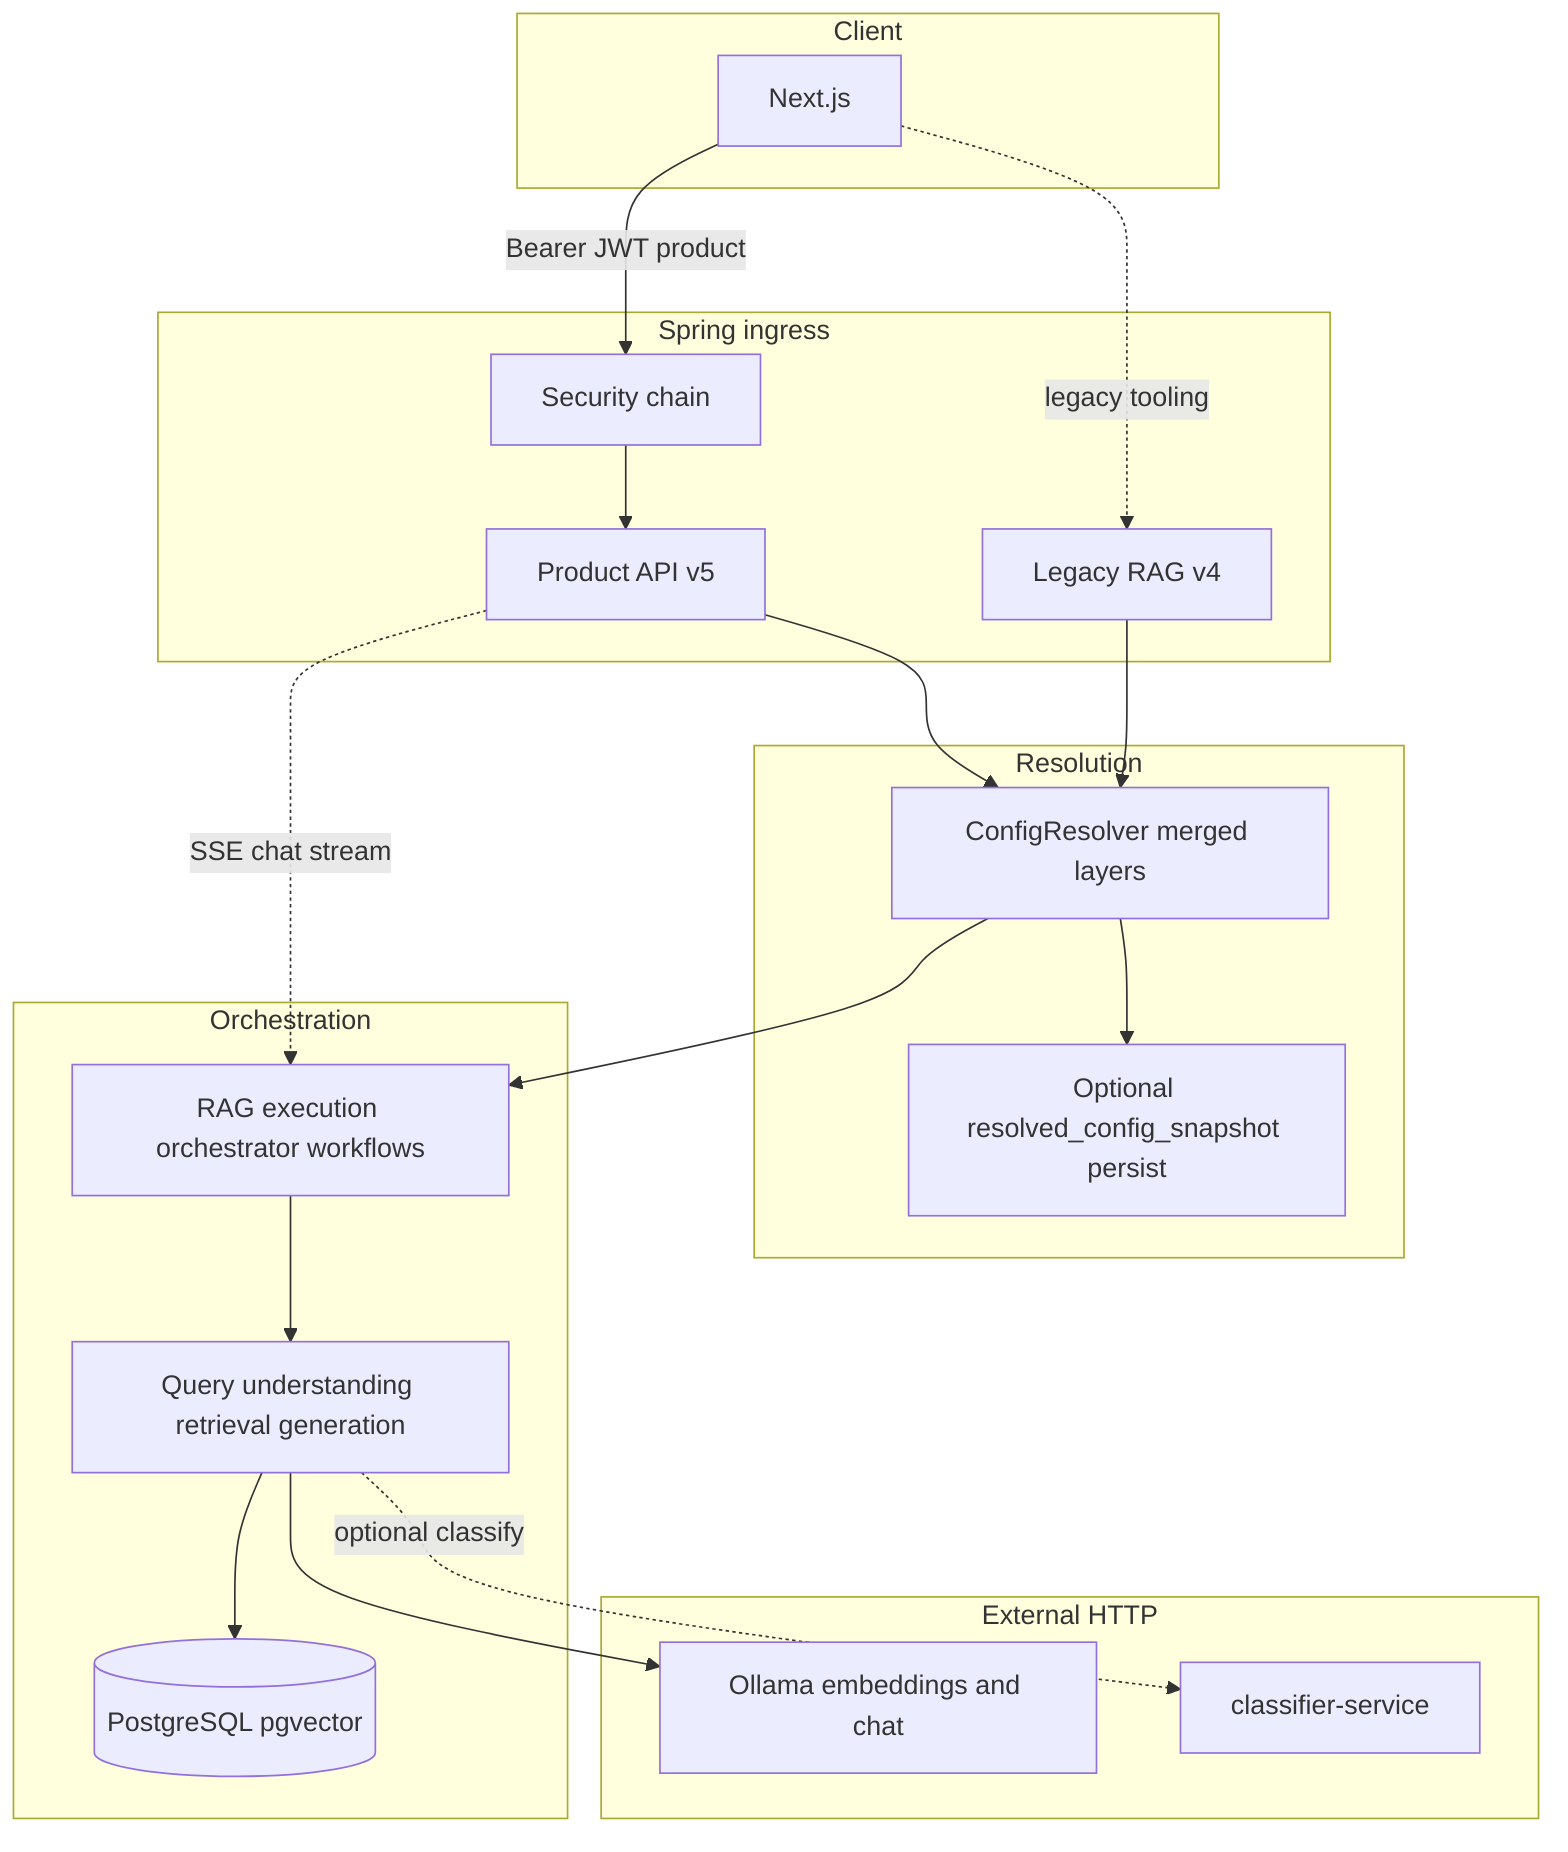
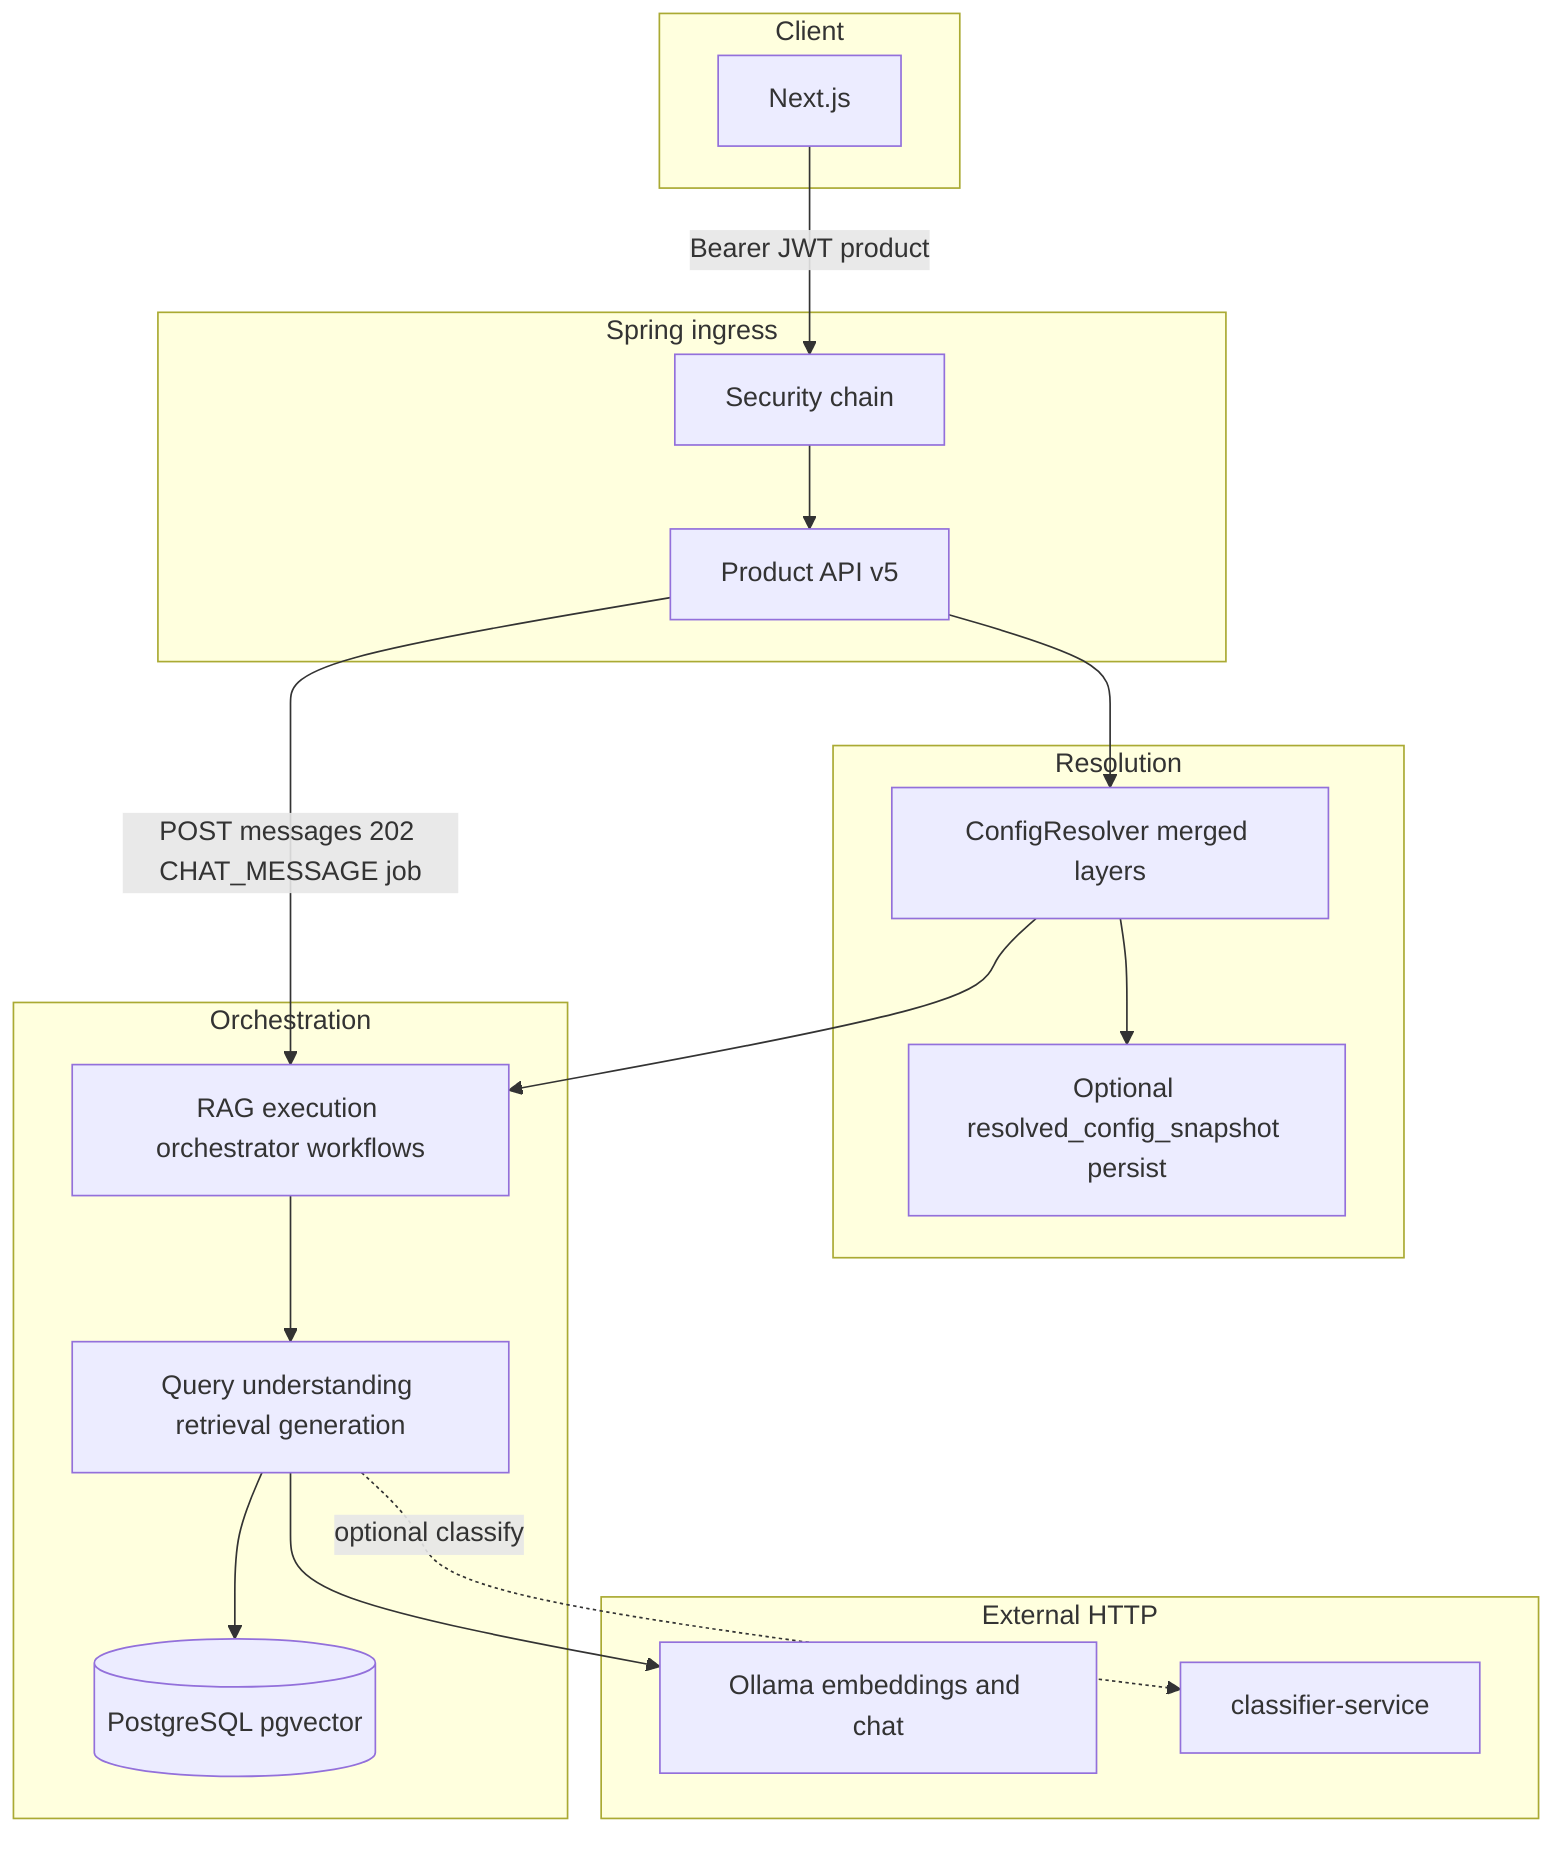
%% RAG and product request paths — Spring internals are indicative
%% API prefixes configurable see rag-service README
flowchart TB
  subgraph client [Client]
    UI[Next.js]
  end

  subgraph ingress [Spring ingress]
    SEC[Security chain]
    V5[Product API v5]
-     LEG[Legacy RAG v4]
  end

  subgraph resolve [Resolution]
    CFG[ConfigResolver merged layers]
    SNAP[Optional resolved_config_snapshot persist]
  end

  subgraph core [Orchestration]
    PIPE[RAG execution orchestrator workflows]
    QU[Query understanding retrieval generation]
    STORE[(PostgreSQL pgvector)]
  end

  subgraph external [External HTTP]
    OLL[Ollama embeddings and chat]
    CLF[classifier-service]
  end

  UI -->|Bearer JWT product| SEC
  SEC --> V5
-   UI -.->|legacy tooling| LEG
  V5 --> CFG
-   LEG --> CFG
  CFG --> SNAP
  CFG --> PIPE
  PIPE --> QU
  QU --> STORE
  QU --> OLL
  QU -.->|optional classify| CLF
-   V5 -.->|SSE chat stream| PIPE
+   V5 -->|POST messages 202 CHAT_MESSAGE job| PIPE
